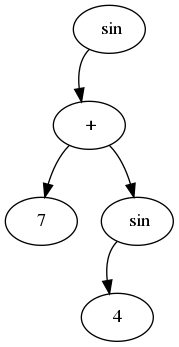
The Graphviz diagram diff/tree.png in alextroegubov/Technotrack-C-course, before a commit. Its source is kept beside it as diff/tree.dot. Its diagram source:
```dot
digraph G {
94636380595856[label = "7"]
94636380596096[label = " +"]
94636380596096:sw ->94636380595856;
94636380596096:se ->94636380596016;
94636380595936[label = "4"]
94636380596016[label = " sin"]
94636380596016:sw ->94636380595936;
94636380596176[label = " sin"]
94636380596176:sw ->94636380596096;

}
```
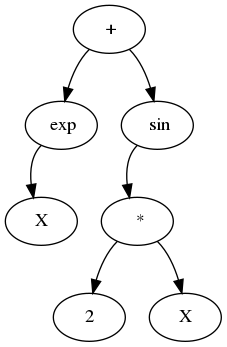
Above is the later version.

Commit message:
diff v5.1, calculator tree

What changed in the source:
```diff
@@ -1,12 +1,16 @@
 digraph G {
-94636380595856[label = "7"]
-94636380596096[label = " +"]
-94636380596096:sw ->94636380595856;
-94636380596096:se ->94636380596016;
-94636380595936[label = "4"]
-94636380596016[label = " sin"]
-94636380596016:sw ->94636380595936;
-94636380596176[label = " sin"]
-94636380596176:sw ->94636380596096;
+94643675821712[label = "X"]
+94643675822832[label = " exp"]
+94643675822832:sw ->94643675821712;
+94643675823232[label = " +"]
+94643675823232:sw ->94643675822832;
+94643675823232:se ->94643675823152;
+94643675822912[label = "2"]
+94643675823072[label = " *"]
+94643675823072:sw ->94643675822912;
+94643675823072:se ->94643675822992;
+94643675822992[label = "X"]
+94643675823152[label = " sin"]
+94643675823152:sw ->94643675823072;
 
 }
```
